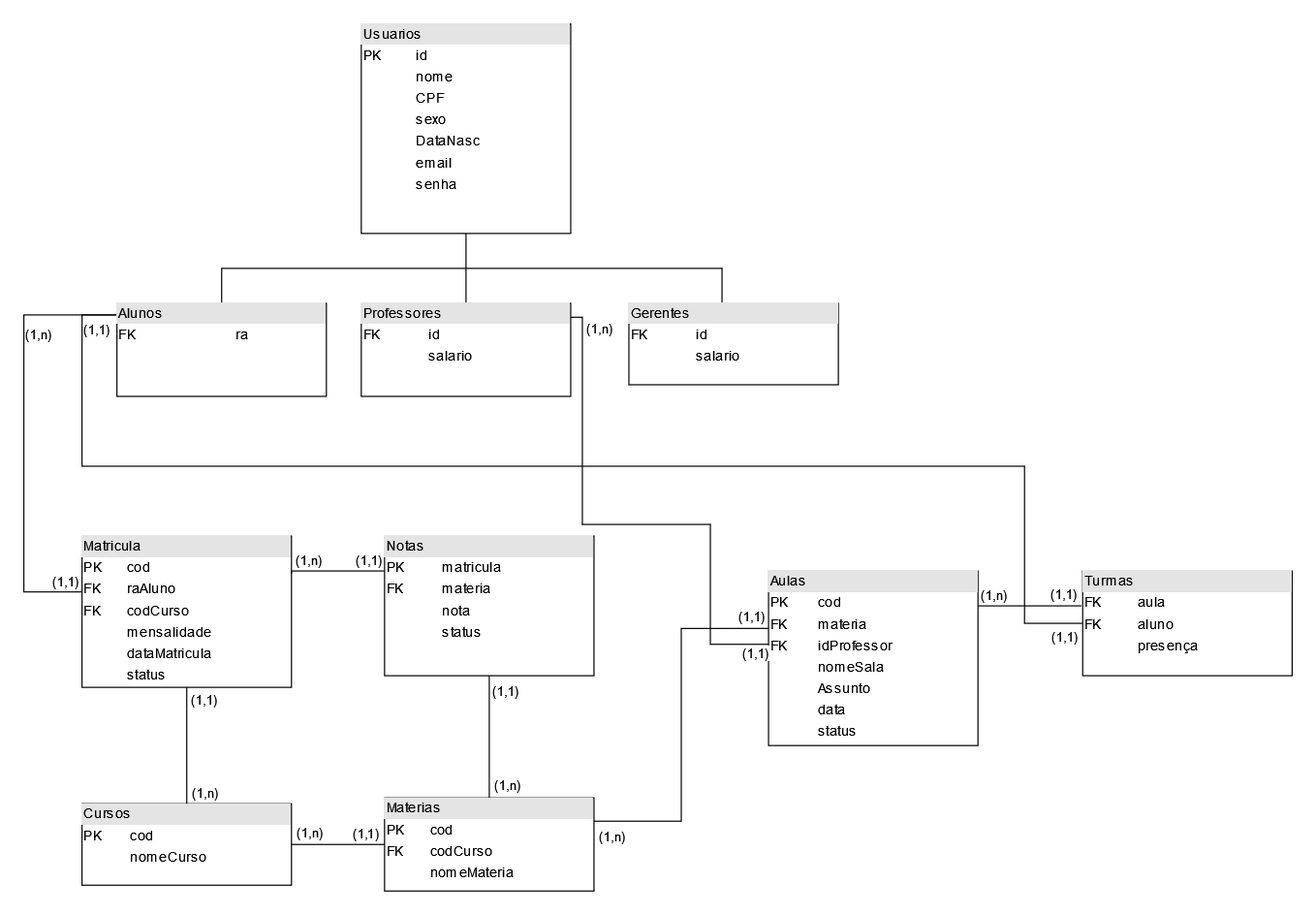
Earlier version of the draw.io export db/Diagrama Banco de dados Escola.drawio.png (DevGuilhermeAraujo/ESUBE-Plataforma-Institucional). Source tidied: cells renumbered, new cells last; positions are measured from the earlier drawing's top-left corner, leaving out a move shared by most shapes.
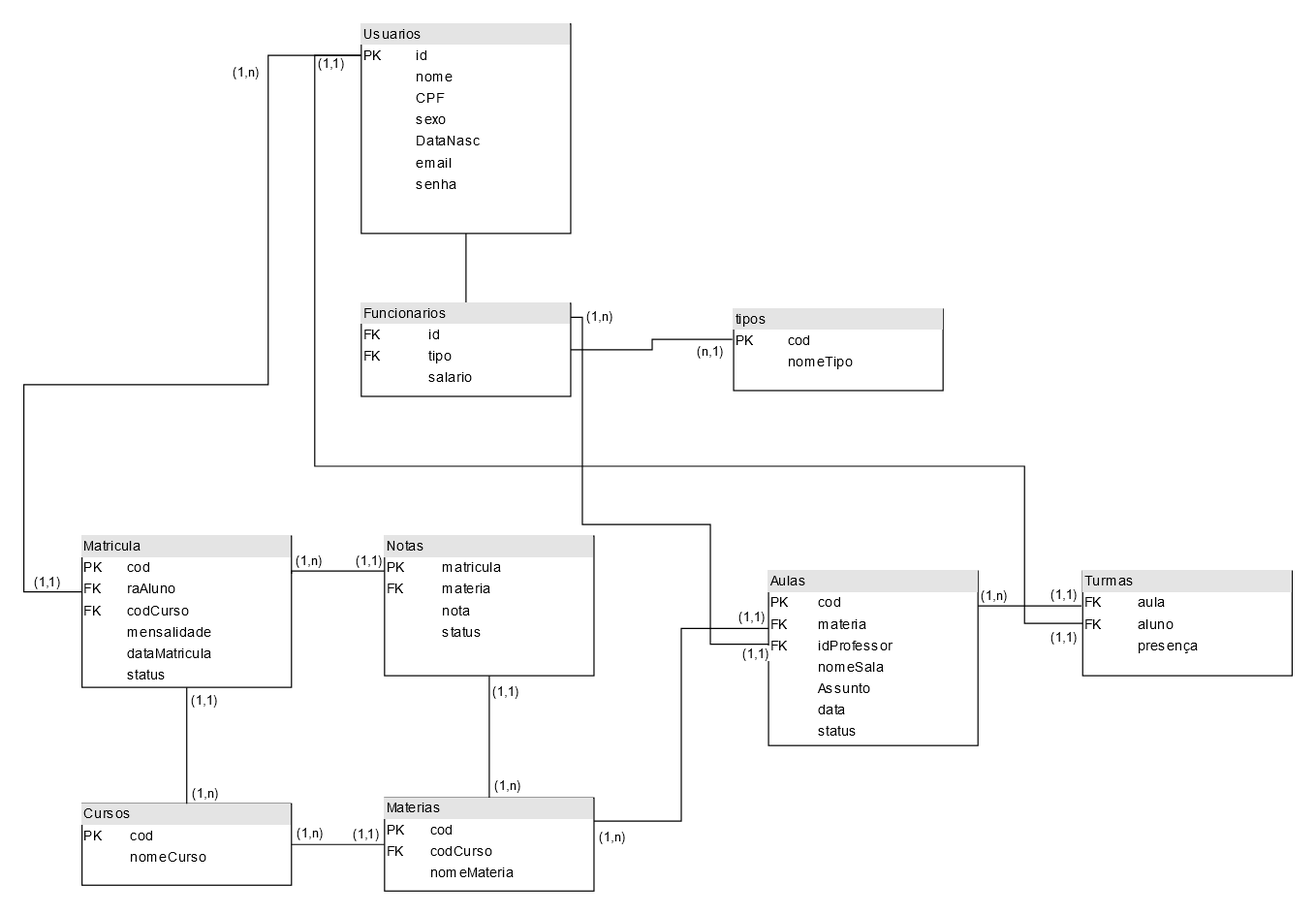
Above is the later version.

Commit message:
Banco de dados v0.3

What changed in the source:
```diff
@@ -27,18 +27,20 @@
     <mxCell id="8" value="&lt;div style=&quot;box-sizing:border-box;width:100%;background:#e4e4e4;padding:2px;&quot;&gt;Cursos&lt;br&gt;&lt;/div&gt;&lt;table style=&quot;width:100%;font-size:1em;&quot; cellpadding=&quot;2&quot; cellspacing=&quot;0&quot;&gt;&lt;tbody&gt;&lt;tr&gt;&lt;td&gt;PK&lt;/td&gt;&lt;td&gt;cod&lt;br&gt;&lt;/td&gt;&lt;/tr&gt;&lt;tr&gt;&lt;td&gt;&lt;br&gt;&lt;/td&gt;&lt;td&gt;nomeCurso&lt;br&gt;&lt;/td&gt;&lt;/tr&gt;&lt;tr&gt;&lt;td&gt;&lt;br&gt;&lt;/td&gt;&lt;td&gt;&lt;br&gt;&lt;/td&gt;&lt;/tr&gt;&lt;tr&gt;&lt;td&gt;&lt;/td&gt;&lt;td&gt;&lt;br&gt;&lt;/td&gt;&lt;/tr&gt;&lt;/tbody&gt;&lt;/table&gt;" style="verticalAlign=top;align=left;overflow=fill;html=1;whiteSpace=wrap;" parent="1" vertex="1">
       <mxGeometry x="50" y="670" width="180" height="70" as="geometry" />
     </mxCell>
-    <mxCell id="9" style="edgeStyle=orthogonalEdgeStyle;rounded=0;jettySize=auto;html=1;exitX=0.011;exitY=0.4;exitDx=0;exitDy=0;entryX=0;entryY=0.161;entryDx=0;entryDy=0;endArrow=none;endFill=0;exitPerimeter=0;entryPerimeter=0;" parent="1" edge="1" source="15" target="30">
+    <mxCell id="9" style="edgeStyle=orthogonalEdgeStyle;rounded=0;jettySize=auto;html=1;exitX=0.011;exitY=0.4;exitDx=0;exitDy=0;endArrow=none;endFill=0;exitPerimeter=0;entryX=0;entryY=0.15;entryDx=0;entryDy=0;entryPerimeter=0;" parent="1" edge="1" source="15" target="3">
       <mxGeometry relative="1" as="geometry">
         <Array as="points">
+          <mxPoint x="52" y="488" />
           <mxPoint y="488" />
-          <mxPoint y="250" />
-          <mxPoint x="80" y="250" />
+          <mxPoint y="310" />
+          <mxPoint x="210" y="310" />
+          <mxPoint x="210" y="27" />
         </Array>
       </mxGeometry>
     </mxCell>
     <mxCell id="10" value="(1,n)" style="edgeLabel;html=1;align=center;verticalAlign=middle;" parent="9" vertex="1">
       <mxGeometry x="0.65" y="1" relative="1" as="geometry">
-        <mxPoint x="-3" y="17" as="offset" />
+        <mxPoint x="-19" y="-49" as="offset" />
       </mxGeometry>
     </mxCell>
     <mxCell id="11" value="(1,1)" style="edgeLabel;html=1;align=center;verticalAlign=middle;" parent="9" vertex="1">
@@ -80,15 +82,15 @@
     </mxCell>
     <mxCell id="18" value="(1,n)" style="edgeLabel;html=1;align=center;verticalAlign=middle;" parent="16" vertex="1">
       <mxGeometry x="-0.91" y="-1" relative="1" as="geometry">
-        <mxPoint x="15" y="-2" as="offset" />
+        <mxPoint x="15" y="-13" as="offset" />
       </mxGeometry>
     </mxCell>
-    <mxCell id="19" style="edgeStyle=orthogonalEdgeStyle;rounded=0;jettySize=auto;html=1;exitX=0;exitY=0.161;exitDx=0;exitDy=0;entryX=0;entryY=0.5;entryDx=0;entryDy=0;endArrow=none;endFill=0;exitPerimeter=0;" parent="1" edge="1" source="30" target="38">
+    <mxCell id="19" style="edgeStyle=orthogonalEdgeStyle;rounded=0;jettySize=auto;html=1;entryX=0;entryY=0.5;entryDx=0;entryDy=0;endArrow=none;endFill=0;" parent="1" edge="1" target="38">
       <mxGeometry relative="1" as="geometry">
+        <mxPoint x="290" y="27" as="sourcePoint" />
         <Array as="points">
-          <mxPoint x="80" y="250" />
-          <mxPoint x="50" y="250" />
-          <mxPoint x="50" y="380" />
+          <mxPoint x="250" y="27" />
+          <mxPoint x="250" y="380" />
           <mxPoint x="860" y="380" />
           <mxPoint x="860" y="515" />
         </Array>
@@ -101,7 +103,7 @@
     </mxCell>
     <mxCell id="21" value="(1,1)" style="edgeLabel;html=1;align=center;verticalAlign=middle;" parent="19" vertex="1">
       <mxGeometry x="-0.92" y="3" relative="1" as="geometry">
-        <mxPoint x="9" as="offset" />
+        <mxPoint x="10" as="offset" />
       </mxGeometry>
     </mxCell>
     <mxCell id="22" style="edgeStyle=orthogonalEdgeStyle;rounded=0;jettySize=auto;html=1;exitX=0;exitY=0.5;exitDx=0;exitDy=0;endArrow=none;endFill=0;entryX=1;entryY=0.5;entryDx=0;entryDy=0;" parent="1" edge="1" source="28" target="8">
@@ -133,32 +135,9 @@
     <mxCell id="28" value="&lt;div style=&quot;box-sizing:border-box;width:100%;background:#e4e4e4;padding:2px;&quot;&gt;Materias&lt;br&gt;&lt;/div&gt;&lt;table style=&quot;width:100%;font-size:1em;&quot; cellpadding=&quot;2&quot; cellspacing=&quot;0&quot;&gt;&lt;tbody&gt;&lt;tr&gt;&lt;td&gt;PK&lt;/td&gt;&lt;td&gt;cod&lt;br&gt;&lt;/td&gt;&lt;/tr&gt;&lt;tr&gt;&lt;td&gt;FK&lt;br&gt;&lt;/td&gt;&lt;td&gt;codCurso&lt;br&gt;&lt;/td&gt;&lt;/tr&gt;&lt;tr&gt;&lt;td&gt;&lt;br&gt;&lt;/td&gt;&lt;td&gt;nomeMateria&lt;/td&gt;&lt;/tr&gt;&lt;tr&gt;&lt;td&gt;&lt;br&gt;&lt;/td&gt;&lt;td&gt;&lt;br&gt;&lt;/td&gt;&lt;/tr&gt;&lt;tr&gt;&lt;td&gt;&lt;/td&gt;&lt;td&gt;&lt;br&gt;&lt;/td&gt;&lt;/tr&gt;&lt;/tbody&gt;&lt;/table&gt;" style="verticalAlign=top;align=left;overflow=fill;html=1;whiteSpace=wrap;" parent="1" vertex="1">
       <mxGeometry x="310" y="665" width="180" height="80" as="geometry" />
     </mxCell>
-    <mxCell id="29" style="edgeStyle=orthogonalEdgeStyle;rounded=0;jettySize=auto;html=1;exitX=0.5;exitY=0;exitDx=0;exitDy=0;endArrow=none;endFill=0;" parent="1" edge="1" source="30">
-      <mxGeometry relative="1" as="geometry">
-        <mxPoint x="380" y="210" as="targetPoint" />
-        <Array as="points">
-          <mxPoint x="170" y="210" />
-        </Array>
-      </mxGeometry>
-    </mxCell>
-    <mxCell id="30" value="&lt;div style=&quot;box-sizing:border-box;width:100%;background:#e4e4e4;padding:2px;&quot;&gt;Alunos&lt;br&gt;&lt;/div&gt;&lt;table style=&quot;width:100%;font-size:1em;&quot; cellpadding=&quot;2&quot; cellspacing=&quot;0&quot;&gt;&lt;tbody&gt;&lt;tr&gt;&lt;td&gt;FK&lt;/td&gt;&lt;td&gt;ra&lt;br&gt;&lt;/td&gt;&lt;/tr&gt;&lt;/tbody&gt;&lt;/table&gt;" style="verticalAlign=top;align=left;overflow=fill;html=1;whiteSpace=wrap;" parent="1" vertex="1">
-      <mxGeometry x="80" y="240" width="180" height="80" as="geometry" />
-    </mxCell>
-    <mxCell id="31" value="&lt;div style=&quot;box-sizing:border-box;width:100%;background:#e4e4e4;padding:2px;&quot;&gt;Professores&lt;br&gt;&lt;/div&gt;&lt;table style=&quot;width:100%;font-size:1em;&quot; cellpadding=&quot;2&quot; cellspacing=&quot;0&quot;&gt;&lt;tbody&gt;&lt;tr&gt;&lt;td&gt;FK&lt;/td&gt;&lt;td&gt;id&lt;br&gt;&lt;/td&gt;&lt;/tr&gt;&lt;tr&gt;&lt;td&gt;&lt;br&gt;&lt;/td&gt;&lt;td&gt;salario&lt;br&gt;&lt;/td&gt;&lt;/tr&gt;&lt;/tbody&gt;&lt;/table&gt;" style="verticalAlign=top;align=left;overflow=fill;html=1;whiteSpace=wrap;" parent="1" vertex="1">
+    <mxCell id="31" value="&lt;div style=&quot;box-sizing:border-box;width:100%;background:#e4e4e4;padding:2px;&quot;&gt;Funcionarios&lt;br&gt;&lt;/div&gt;&lt;table style=&quot;width:100%;font-size:1em;&quot; cellpadding=&quot;2&quot; cellspacing=&quot;0&quot;&gt;&lt;tbody&gt;&lt;tr&gt;&lt;td&gt;FK&lt;/td&gt;&lt;td&gt;id&lt;br&gt;&lt;/td&gt;&lt;/tr&gt;&lt;tr&gt;&lt;td&gt;FK&lt;br&gt;&lt;/td&gt;&lt;td&gt;tipo&lt;br&gt;&lt;/td&gt;&lt;/tr&gt;&lt;tr&gt;&lt;td&gt;&lt;br&gt;&lt;/td&gt;&lt;td&gt;salario&lt;br&gt;&lt;/td&gt;&lt;/tr&gt;&lt;/tbody&gt;&lt;/table&gt;" style="verticalAlign=top;align=left;overflow=fill;html=1;whiteSpace=wrap;" parent="1" vertex="1">
       <mxGeometry x="290" y="240" width="180" height="80" as="geometry" />
     </mxCell>
-    <mxCell id="32" style="edgeStyle=orthogonalEdgeStyle;rounded=0;jettySize=auto;html=1;exitX=0.5;exitY=0;exitDx=0;exitDy=0;endArrow=none;endFill=0;" parent="1" edge="1" source="33">
-      <mxGeometry relative="1" as="geometry">
-        <mxPoint x="380" y="210" as="targetPoint" />
-        <Array as="points">
-          <mxPoint x="600" y="240" />
-          <mxPoint x="600" y="210" />
-        </Array>
-      </mxGeometry>
-    </mxCell>
-    <mxCell id="33" value="&lt;div style=&quot;box-sizing:border-box;width:100%;background:#e4e4e4;padding:2px;&quot;&gt;Gerentes&lt;br&gt;&lt;/div&gt;&lt;table style=&quot;width:100%;font-size:1em;&quot; cellpadding=&quot;2&quot; cellspacing=&quot;0&quot;&gt;&lt;tbody&gt;&lt;tr&gt;&lt;td&gt;FK&lt;/td&gt;&lt;td&gt;id&lt;br&gt;&lt;/td&gt;&lt;/tr&gt;&lt;tr&gt;&lt;td&gt;&lt;br&gt;&lt;/td&gt;&lt;td&gt;salario&lt;br&gt;&lt;/td&gt;&lt;/tr&gt;&lt;/tbody&gt;&lt;/table&gt;" style="verticalAlign=top;align=left;overflow=fill;html=1;whiteSpace=wrap;" parent="1" vertex="1">
-      <mxGeometry x="520" y="240" width="180" height="70" as="geometry" />
-    </mxCell>
     <mxCell id="34" style="edgeStyle=orthogonalEdgeStyle;rounded=0;jettySize=auto;html=1;exitX=0;exitY=0.25;exitDx=0;exitDy=0;entryX=1;entryY=0.25;entryDx=0;entryDy=0;endArrow=none;endFill=0;exitPerimeter=0;" parent="1" edge="1" source="37" target="15">
       <mxGeometry relative="1" as="geometry">
         <Array as="points">
@@ -198,5 +177,16 @@
         <mxPoint y="-8" as="offset" />
       </mxGeometry>
     </mxCell>
+    <mxCell id="42" value="&lt;div style=&quot;box-sizing:border-box;width:100%;background:#e4e4e4;padding:2px;&quot;&gt;tipos&lt;/div&gt;&lt;table style=&quot;width:100%;font-size:1em;&quot; cellpadding=&quot;2&quot; cellspacing=&quot;0&quot;&gt;&lt;tbody&gt;&lt;tr&gt;&lt;td&gt;PK&lt;/td&gt;&lt;td&gt;cod&lt;/td&gt;&lt;/tr&gt;&lt;tr&gt;&lt;td&gt;&lt;br&gt;&lt;/td&gt;&lt;td&gt;nomeTipo&lt;br&gt;&lt;/td&gt;&lt;/tr&gt;&lt;/tbody&gt;&lt;/table&gt;" style="verticalAlign=top;align=left;overflow=fill;html=1;whiteSpace=wrap;" parent="1" vertex="1">
+      <mxGeometry x="610" y="245" width="180" height="70" as="geometry" />
+    </mxCell>
+    <mxCell id="43" style="edgeStyle=orthogonalEdgeStyle;rounded=0;jettySize=auto;html=1;endArrow=none;endFill=0;exitX=-0.006;exitY=0.371;exitDx=0;exitDy=0;exitPerimeter=0;entryX=1;entryY=0.5;entryDx=0;entryDy=0;" parent="1" edge="1" source="42" target="31">
+      <mxGeometry relative="1" as="geometry" />
+    </mxCell>
+    <mxCell id="44" value="(n,1)" style="edgeLabel;html=1;align=center;verticalAlign=middle;" parent="43" vertex="1">
+      <mxGeometry x="0.51" y="-1" relative="1" as="geometry">
+        <mxPoint x="84" y="1" as="offset" />
+      </mxGeometry>
+    </mxCell>
   </root>
 </mxGraphModel>
```
